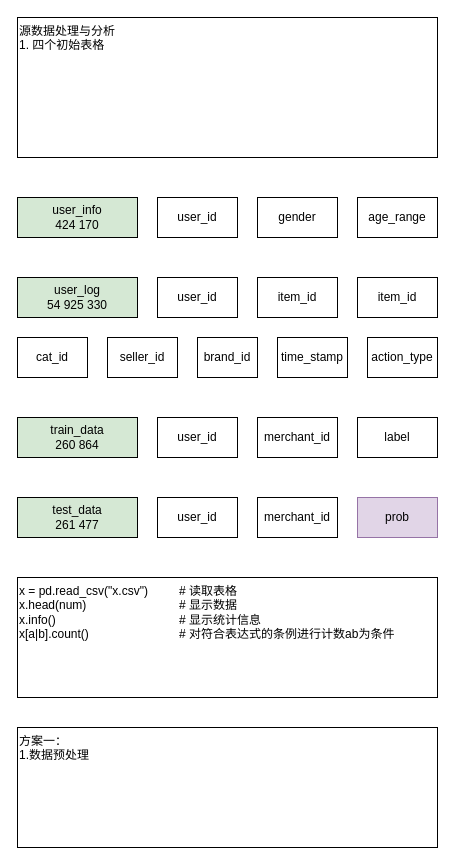
limpid-11/drawio keeps this draw.io diagram as tmall1.drawio. Above is the earlier version. Source tidied: cells renumbered, new cells numbered last; positions are measured from the earlier drawing's top-left corner, leaving out a move shared by most shapes. Both pictures are drawn from the tidied source at 100%, with x=0, y=0 at pixel (17, 17).
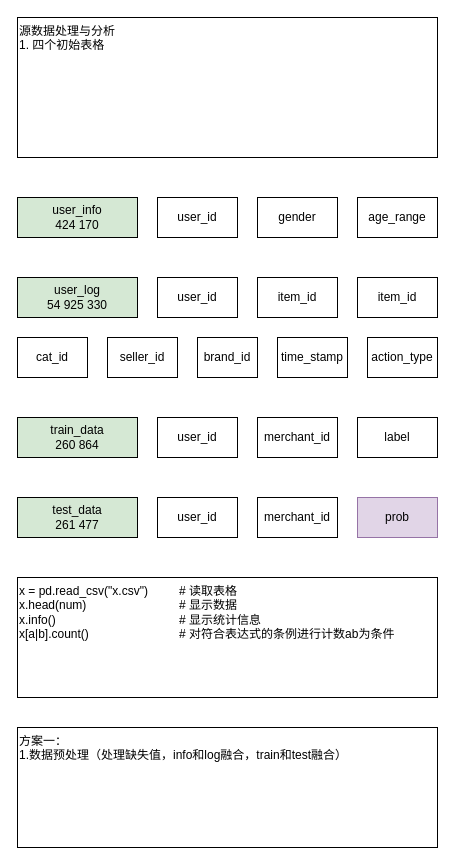
Above is the later version.

Diff of the diagram source:
```diff
@@
-    <mxCell id="25" value="方案一：&lt;div&gt;1.数据预处理&lt;/div&gt;" style="rounded=0;whiteSpace=wrap;html=1;align=left;verticalAlign=top;" parent="1" vertex="1">
+    <mxCell id="25" value="方案一：&lt;div&gt;1.数据预处理（处理缺失值，info和log融合，train和test融合）&lt;/div&gt;" style="rounded=0;whiteSpace=wrap;html=1;align=left;verticalAlign=top;" parent="1" vertex="1">
       <mxGeometry y="710" width="420" height="120" as="geometry" />
     </mxCell>
```
